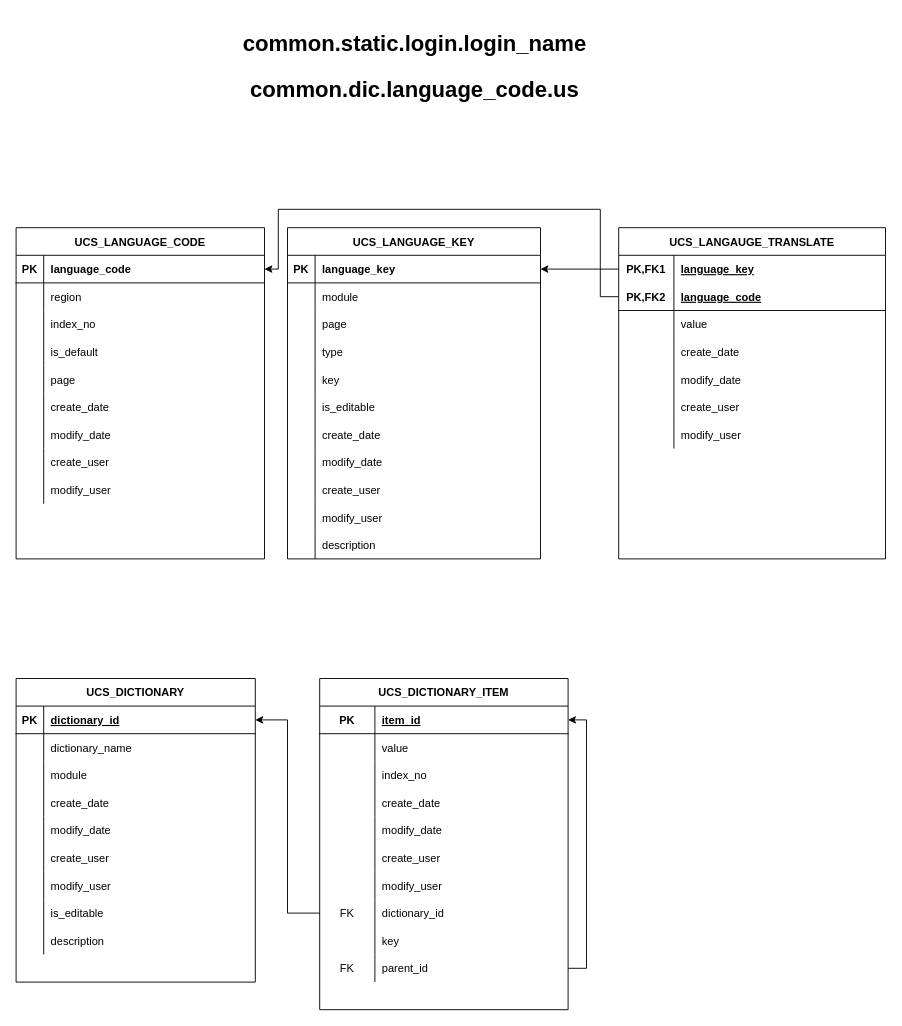
Above: Untitled Diagram.drawio in BingKeh/a_sample_website (draw.io), before the change. Source tidied: cells renumbered, new cells numbered last; positions are measured from the earlier drawing's top-left corner, leaving out a move shared by most shapes. Both pictures are drawn from the tidied source at 92%, with x=0, y=0 at pixel (16, 16).
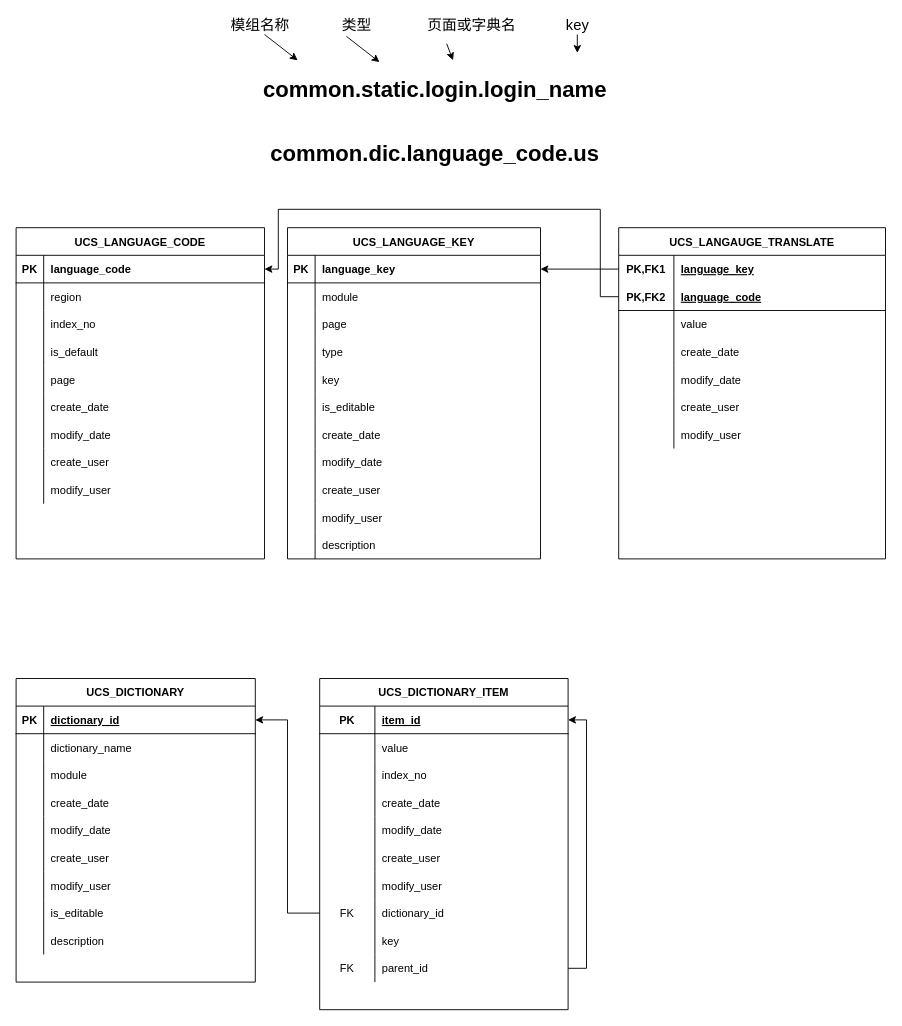
The same page after the edit.

What changed in the source:
```diff
@@
     <mxCell id="88" value="&lt;h3&gt;&lt;font style=&quot;font-size: 24px ; line-height: 120%&quot;&gt;common.static.&lt;/font&gt;&lt;font style=&quot;font-size: 24px ; line-height: 120%&quot;&gt;login.login_name&lt;/font&gt;&lt;/h3&gt;" style="text;html=1;align=center;verticalAlign=middle;points=[];" parent="1" vertex="1">
-      <mxGeometry x="237.5" width="390" height="60" as="geometry" />
+      <mxGeometry x="260" y="50" width="390" height="60" as="geometry" />
     </mxCell>
@@
     <mxCell id="149" value="&lt;h3&gt;&lt;font style=&quot;font-size: 24px ; line-height: 120%&quot;&gt;common.dic.language_code.us&lt;/font&gt;&lt;/h3&gt;" style="text;html=1;align=center;verticalAlign=middle;" parent="1" vertex="1">
-      <mxGeometry x="247.5" y="50" width="370" height="60" as="geometry" />
+      <mxGeometry x="270" y="120" width="370" height="60" as="geometry" />
     </mxCell>
@@
+    <mxCell id="151" value="模组名称" style="text;html=1;align=center;verticalAlign=middle;fontSize=16;" parent="1" vertex="1">
+      <mxGeometry x="225" width="80" height="20" as="geometry" />
+    </mxCell>
+    <mxCell id="152" value="类型" style="text;html=1;align=center;verticalAlign=middle;fontSize=16;" parent="1" vertex="1">
+      <mxGeometry x="345" width="50" height="20" as="geometry" />
+    </mxCell>
+    <mxCell id="153" value="页面或字典名" style="text;html=1;align=center;verticalAlign=middle;fontSize=16;" parent="1" vertex="1">
+      <mxGeometry x="440" width="110" height="20" as="geometry" />
+    </mxCell>
+    <mxCell id="154" value="key" style="text;html=1;align=center;verticalAlign=middle;fontSize=16;" parent="1" vertex="1">
+      <mxGeometry x="590" width="40" height="20" as="geometry" />
+    </mxCell>
+    <mxCell id="155" style="endArrow=classic;html=1;fontSize=16;entryX=0.118;entryY=-0.033;entryDx=0;entryDy=0;entryPerimeter=0;" parent="1" edge="1" target="88">
+      <mxGeometry relative="1" as="geometry">
+        <mxPoint x="270" y="20" as="sourcePoint" />
+      </mxGeometry>
+    </mxCell>
+    <mxCell id="156" style="endArrow=classic;html=1;fontSize=16;entryX=0.118;entryY=-0.033;entryDx=0;entryDy=0;entryPerimeter=0;" parent="1" edge="1">
+      <mxGeometry relative="1" as="geometry">
+        <mxPoint x="359" y="22" as="sourcePoint" />
+        <mxPoint x="395" y="50" as="targetPoint" />
+      </mxGeometry>
+    </mxCell>
+    <mxCell id="157" style="endArrow=classic;html=1;fontSize=16;entryX=0.551;entryY=-0.033;entryDx=0;entryDy=0;entryPerimeter=0;" parent="1" edge="1" target="88">
+      <mxGeometry relative="1" as="geometry">
+        <mxPoint x="468" y="30" as="sourcePoint" />
+      </mxGeometry>
+    </mxCell>
+    <mxCell id="158" style="endArrow=classic;html=1;fontSize=16;" parent="1" edge="1">
+      <mxGeometry relative="1" as="geometry">
+        <mxPoint x="610" y="20" as="sourcePoint" />
+        <mxPoint x="610" y="40" as="targetPoint" />
+      </mxGeometry>
+    </mxCell>
```
